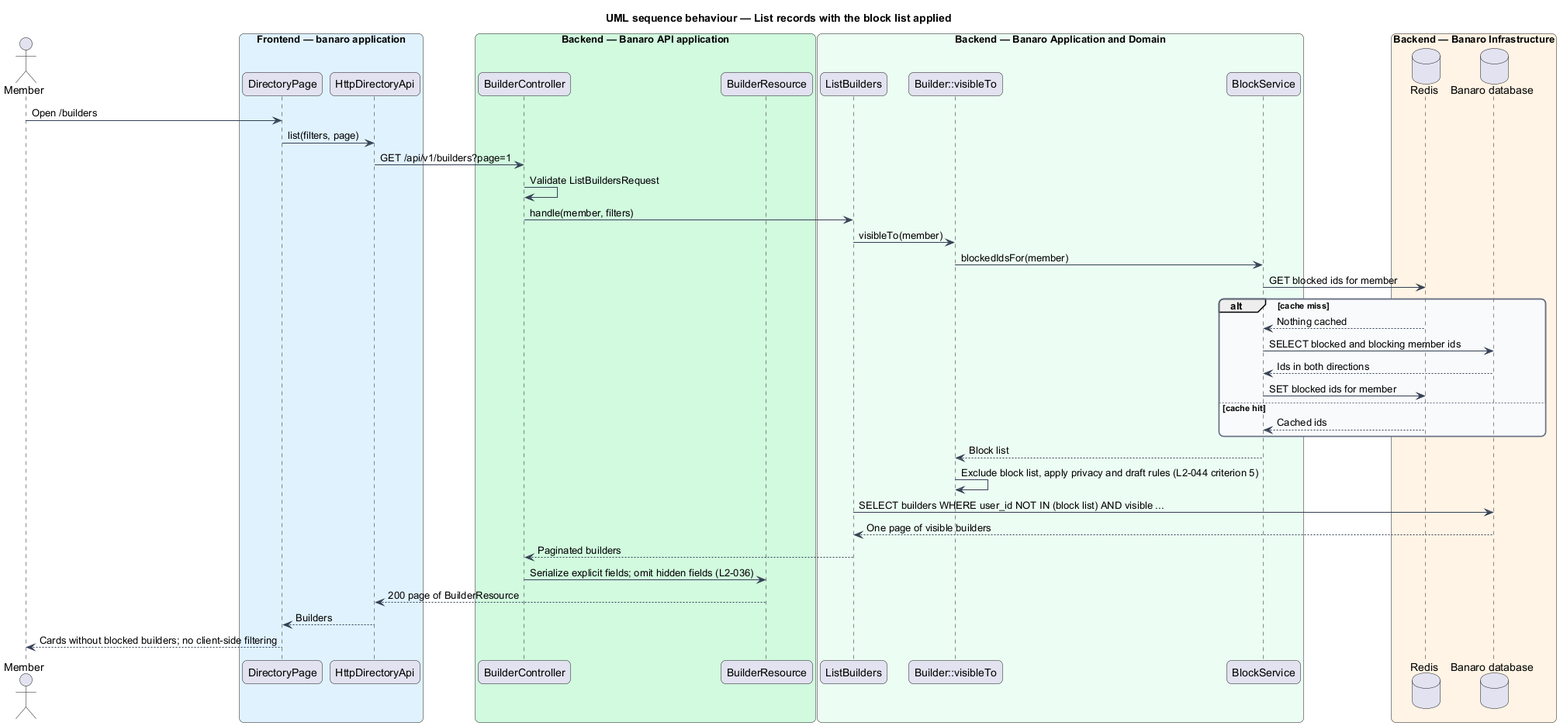
QuinntyneBrown/banaro keeps this PlantUML diagram as docs/detailed-designs/security/scope-data-access/diagrams/sequence-list-with-block-scope.png. Above is the earlier version.
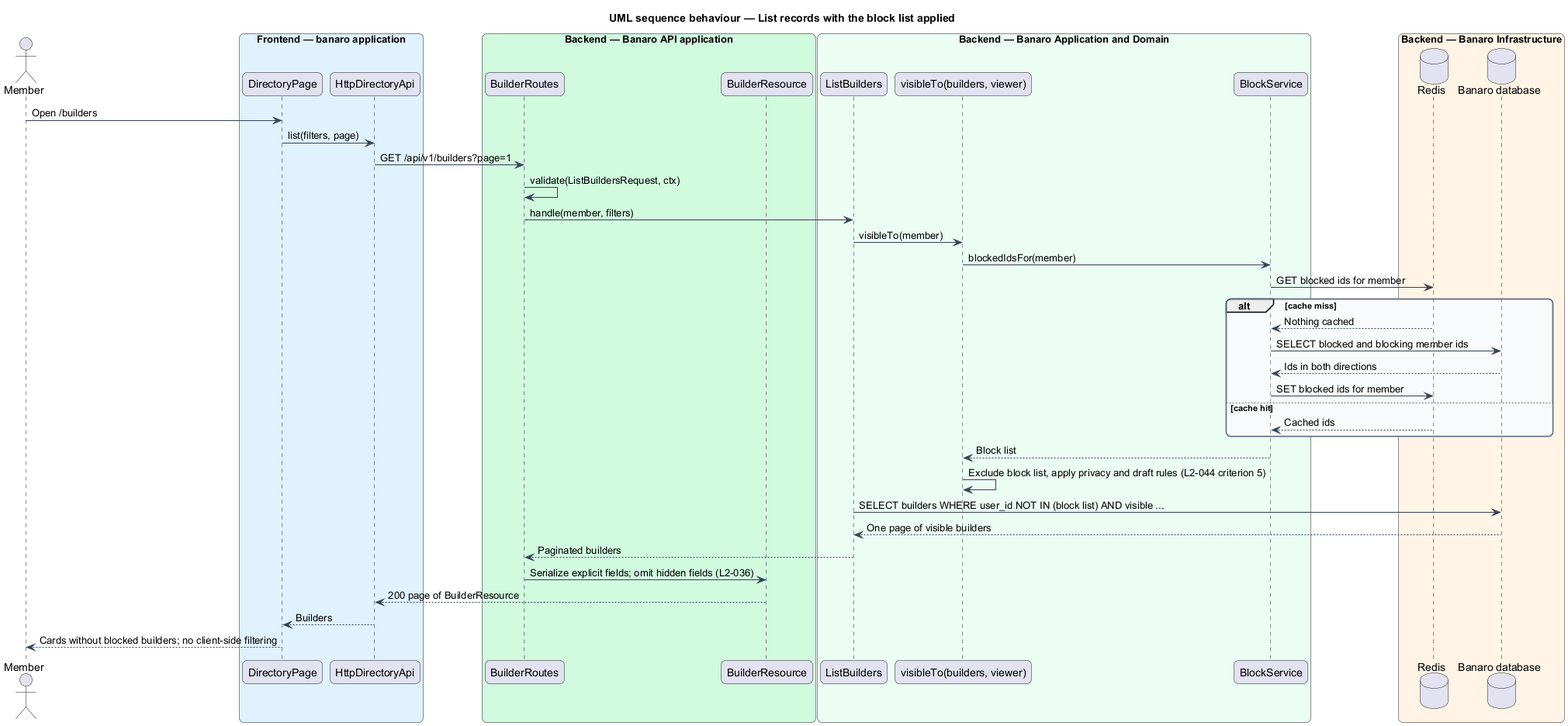
The same file after the commit.

The edit, as a diff of the source:
```diff
@@ -20,12 +20,12 @@
   participant "HttpDirectoryApi" as client
 end box
 box "Backend — Banaro API application" #D1FADF
-  participant "BuilderController" as controller
+  participant "BuilderRoutes" as controller
   participant "BuilderResource" as resource
 end box
 box "Backend — Banaro Application and Domain" #ECFDF3
   participant "ListBuilders" as action
-  participant "Builder::visibleTo" as scope
+  participant "visibleTo(builders, viewer)" as scope
   participant "BlockService" as block
 end box
 box "Backend — Banaro Infrastructure" #FFF4E5
@@ -36,7 +36,7 @@
 actor -> page : Open /builders
 page -> client : list(filters, page)
 client -> controller : GET /api/v1/builders?page=1
-controller -> controller : Validate ListBuildersRequest
+controller -> controller : validate(ListBuildersRequest, ctx)
 controller -> action : handle(member, filters)
 action -> scope : visibleTo(member)
 scope -> block : blockedIdsFor(member)
```
